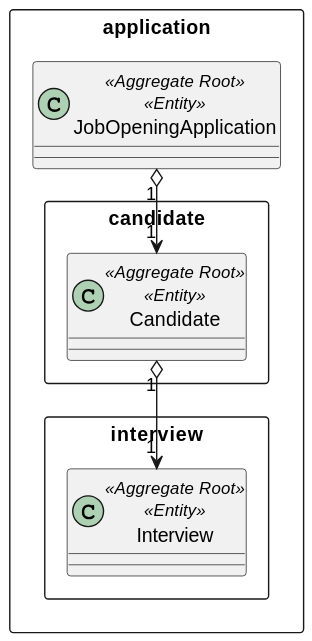
marcoferreira37/Lapr4 keeps this PlantUML diagram as docs/sprintC/1014/svg/1014-class-diagram.svg. Above is the earlier version.
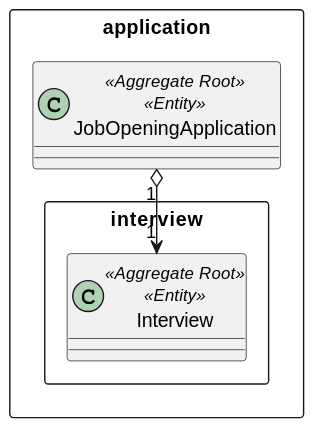
After the commit.

Commit message:
#39 delete agregate Candidate from class diagram

What changed in the source:
```diff
@@ -9,11 +9,6 @@
 }
 
 
-rectangle candidate{
-    class Candidate<<Aggregate Root>><<Entity>>{}
 
-}
-JobOpeningApplication"1" o--> "1"Candidate
-
-Candidate"1" o--> "1"Interview
+JobOpeningApplication"1" o--> "1"Interview
 @enduml
```
